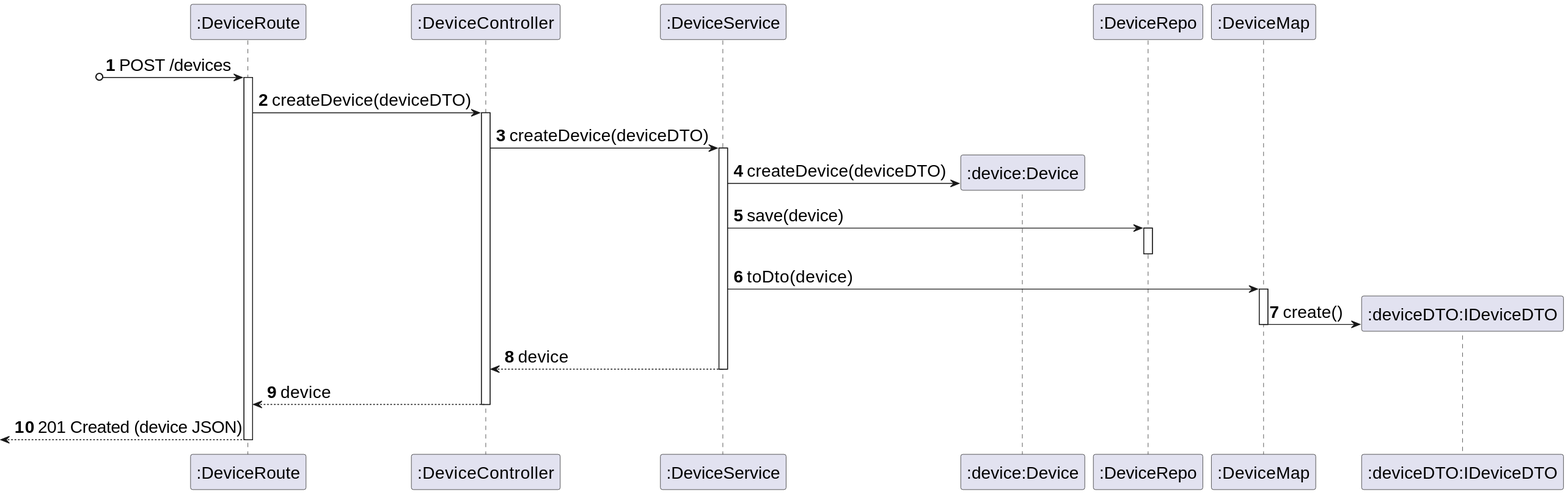
Before: _wiki/sprint-a/us19-360/views/level-3/assets/process-view.svg, a diagram exported from PlantUML (miseEnPlace-dev/lapr5). Its diagram source:
```plantuml
@startuml
skinparamlocked defaultFontSize 20
autonumber
participant route as ":DeviceRoute"
participant controller as ":DeviceController"
participant service as ":DeviceService"
participant device as ":device:Device"
participant device_repo as ":DeviceRepo"
participant map as ":DeviceMap"
participant dto as ":deviceDTO:IDeviceDTO"

?o-> route : POST /devices
activate route
route -> controller : createDevice(deviceDTO)
activate controller
controller -> service : createDevice(deviceDTO)
activate service
service -> device** : createDevice(deviceDTO)
service -> device_repo : save(device)
activate device_repo
deactivate device_repo
service -> map : toDto(device)
activate map
map -> dto** : create()
deactivate map
service --> controller : device
deactivate service
controller --> route : device
deactivate controller
<-- route : 201 Created (device JSON)
deactivate route
@enduml
```
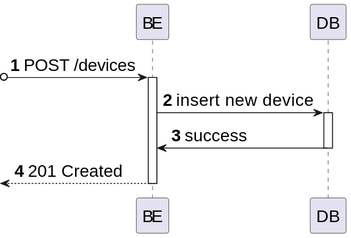
Above is the later version.

Change to the diagram source:
```diff
@@ -1,32 +1,18 @@
 @startuml
 skinparamlocked defaultFontSize 20
 autonumber
-participant route as ":DeviceRoute"
-participant controller as ":DeviceController"
-participant service as ":DeviceService"
-participant device as ":device:Device"
-participant device_repo as ":DeviceRepo"
-participant map as ":DeviceMap"
-participant dto as ":deviceDTO:IDeviceDTO"
+participant BE as "BE"
+participant DB as "DB"
 
-?o-> route : POST /devices
-activate route
-route -> controller : createDevice(deviceDTO)
-activate controller
-controller -> service : createDevice(deviceDTO)
-activate service
-service -> device** : createDevice(deviceDTO)
-service -> device_repo : save(device)
-activate device_repo
-deactivate device_repo
-service -> map : toDto(device)
-activate map
-map -> dto** : create()
-deactivate map
-service --> controller : device
-deactivate service
-controller --> route : device
-deactivate controller
-<-- route : 201 Created (device JSON)
-deactivate route
+?o-> BE : POST /devices
+activate BE
+
+BE -> DB : insert new device
+activate DB
+
+DB -> BE : success
+deactivate DB
+
+<-- BE : 201 Created
+deactivate BE
 @enduml
```
